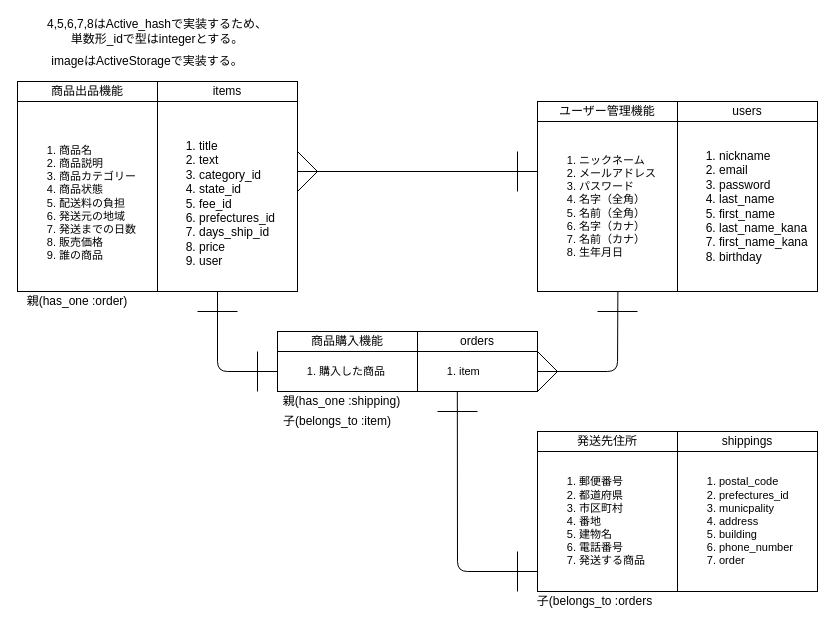
Above: furima-32551.dio in t-sasagawa/furima-32551 (draw.io), before the change. Source tidied: cells renumbered, new cells numbered last; positions are measured from the earlier drawing's top-left corner, leaving out a move shared by most shapes. Both pictures are drawn from the tidied source at 100%, with x=0, y=0 at pixel (17, 21).
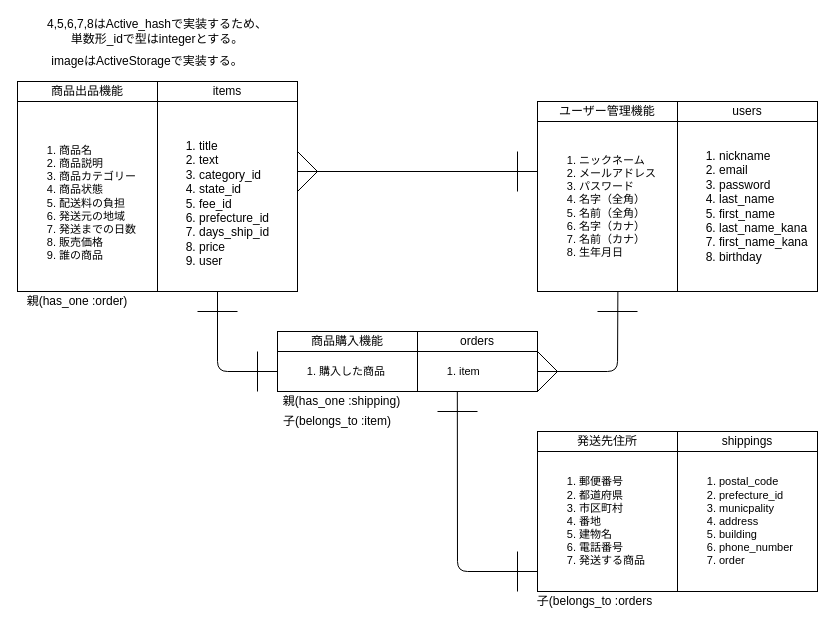
Above is the later version.

Commit message (it also covers changes not shown here):
category_id追加 / エラー修正

Change to the diagram source:
```diff
@@
-    <mxCell id="8" value="&lt;div&gt;&lt;br&gt;&lt;/div&gt;&lt;ol&gt;&lt;li&gt;title&lt;/li&gt;&lt;li&gt;text&lt;/li&gt;&lt;li&gt;category_id&lt;/li&gt;&lt;li&gt;state_id&lt;/li&gt;&lt;li&gt;fee_id&lt;/li&gt;&lt;li&gt;prefectures_id&lt;/li&gt;&lt;li&gt;days_ship_id&lt;/li&gt;&lt;li&gt;price&lt;/li&gt;&lt;li&gt;user&lt;/li&gt;&lt;/ol&gt;" style="rounded=0;whiteSpace=wrap;html=1;align=left;" parent="1" vertex="1">
+    <mxCell id="8" value="&lt;div&gt;&lt;br&gt;&lt;/div&gt;&lt;ol&gt;&lt;li&gt;title&lt;/li&gt;&lt;li&gt;text&lt;/li&gt;&lt;li&gt;category_id&lt;/li&gt;&lt;li&gt;state_id&lt;/li&gt;&lt;li&gt;fee_id&lt;/li&gt;&lt;li&gt;prefecture_id&lt;/li&gt;&lt;li&gt;days_ship_id&lt;/li&gt;&lt;li&gt;price&lt;/li&gt;&lt;li&gt;user&lt;/li&gt;&lt;/ol&gt;" style="rounded=0;whiteSpace=wrap;html=1;align=left;" parent="1" vertex="1">
       <mxGeometry x="140" y="80" width="140" height="190" as="geometry" />
     </mxCell>
@@
-    <mxCell id="15" value="&lt;ol style=&quot;font-size: 11px&quot;&gt;&lt;li&gt;postal_code&lt;/li&gt;&lt;li&gt;prefectures_id&lt;/li&gt;&lt;li&gt;municpality&lt;/li&gt;&lt;li&gt;address&lt;/li&gt;&lt;li&gt;building&lt;/li&gt;&lt;li&gt;phone_number&lt;/li&gt;&lt;li&gt;order&lt;/li&gt;&lt;/ol&gt;" style="rounded=0;whiteSpace=wrap;html=1;align=left;" parent="1" vertex="1">
+    <mxCell id="15" value="&lt;ol style=&quot;font-size: 11px&quot;&gt;&lt;li&gt;postal_code&lt;/li&gt;&lt;li&gt;prefecture_id&lt;/li&gt;&lt;li&gt;municpality&lt;/li&gt;&lt;li&gt;address&lt;/li&gt;&lt;li&gt;building&lt;/li&gt;&lt;li&gt;phone_number&lt;/li&gt;&lt;li&gt;order&lt;/li&gt;&lt;/ol&gt;" style="rounded=0;whiteSpace=wrap;html=1;align=left;" parent="1" vertex="1">
       <mxGeometry x="660" y="430" width="140" height="140" as="geometry" />
     </mxCell>
```
